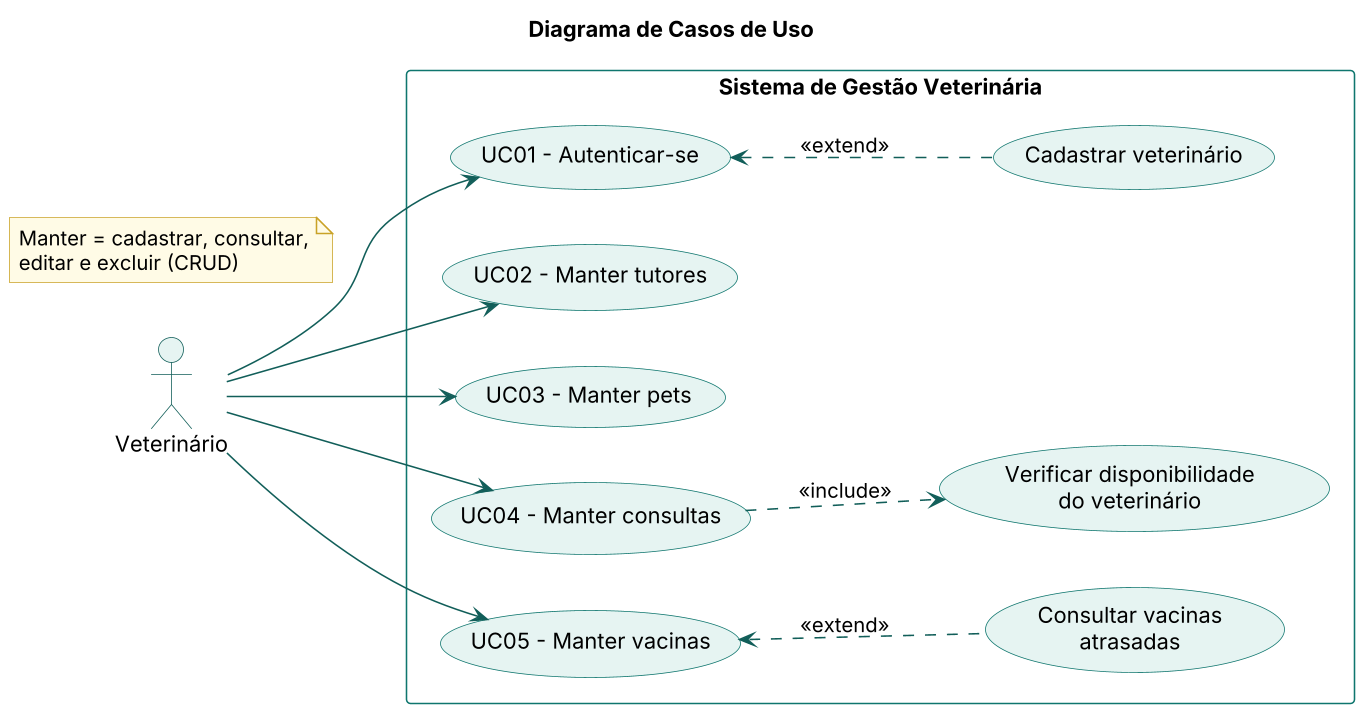
enzovasconcelosz/petiatra keeps this PlantUML diagram as docs/diagramas/casos-de-uso.png. Above is the earlier version. The source it was exported from:
```plantuml
@startuml casos-de-uso
skinparamlocked dpi 150
!include _estilo.iuml
left to right direction
title Diagrama de Casos de Uso
actor "Veterinário" as Vet
rectangle "Sistema de Gestão Veterinária" {
  usecase "UC01 - Autenticar-se" as UC01
  usecase "UC02 - Manter tutores" as UC02
  usecase "UC03 - Manter pets" as UC03
  usecase "UC04 - Manter consultas" as UC04
  usecase "UC05 - Manter vacinas" as UC05
  usecase "Cadastrar veterinário" as CV
  usecase "Verificar disponibilidade\ndo veterinário" as VD
  usecase "Consultar vacinas\natrasadas" as VA
}
Vet --> UC01
Vet --> UC02
Vet --> UC03
Vet --> UC04
Vet --> UC05
UC01 <.. CV : <<extend>>
UC04 ..> VD : <<include>>
UC05 <.. VA : <<extend>>
note "Manter = cadastrar, consultar,\neditar e excluir (CRUD)" as N
@enduml
```
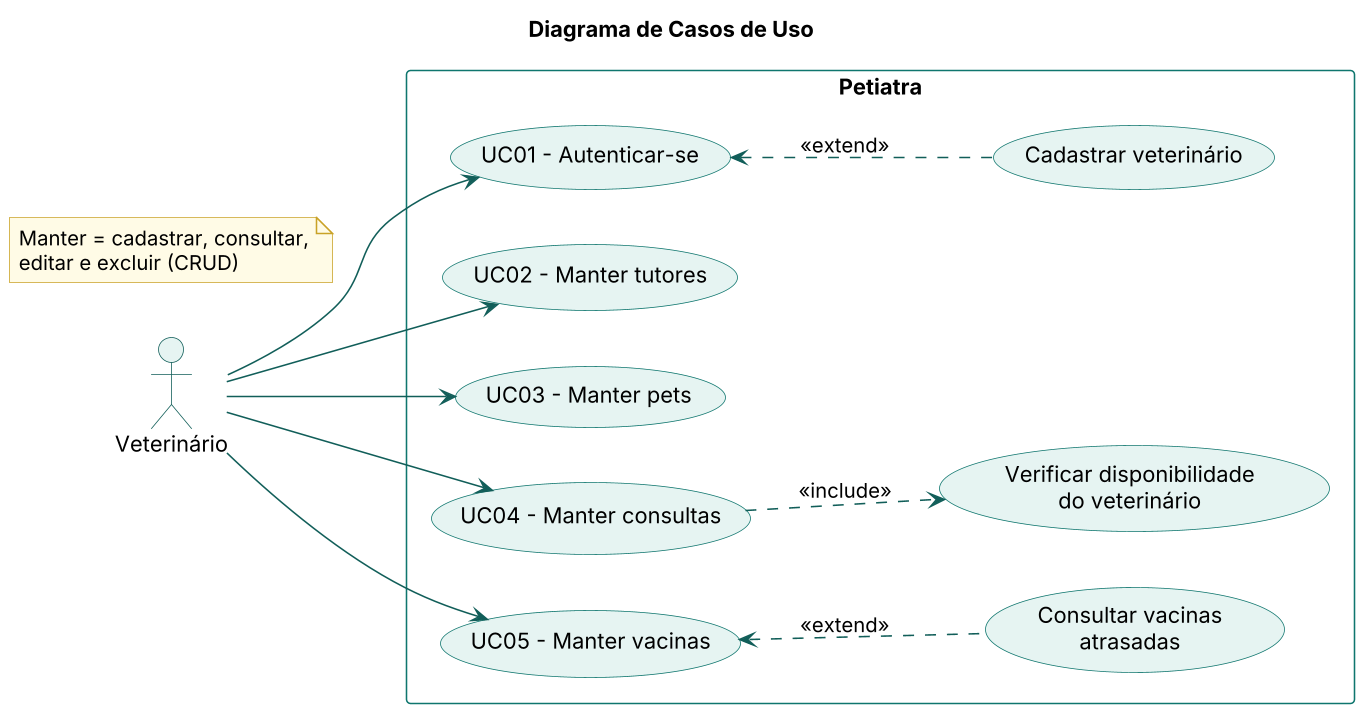
After the commit.

Diff of the diagram source:
```diff
@@ -4,7 +4,7 @@
 left to right direction
 title Diagrama de Casos de Uso
 actor "Veterinário" as Vet
-rectangle "Sistema de Gestão Veterinária" {
+rectangle "Petiatra" {
   usecase "UC01 - Autenticar-se" as UC01
   usecase "UC02 - Manter tutores" as UC02
   usecase "UC03 - Manter pets" as UC03
```
